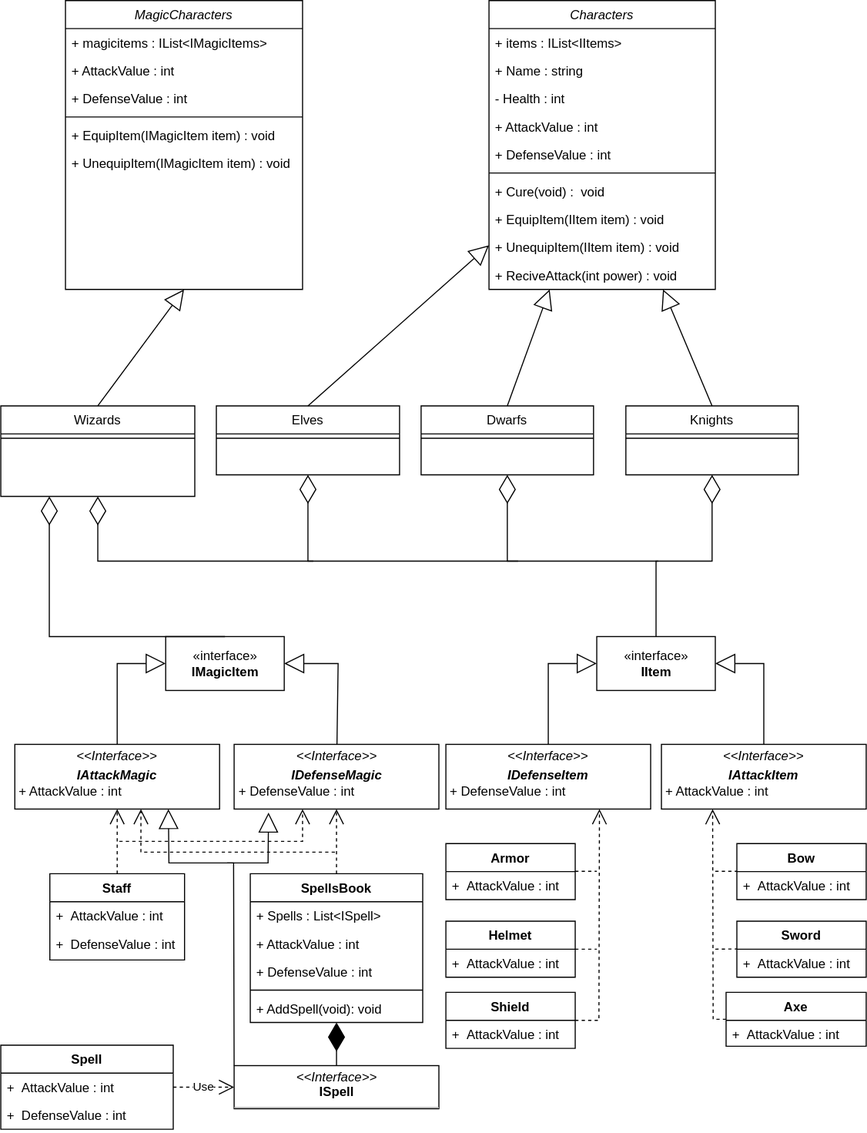
The draw.io diagram Docs/DiagramaRolePlay.svg in zzFire07/Juego_Infraworld-Console-TurnBased, before a commit. Source tidied: cells renumbered, new cells last; positions are measured from the earlier drawing's top-left corner, leaving out a move shared by most shapes.
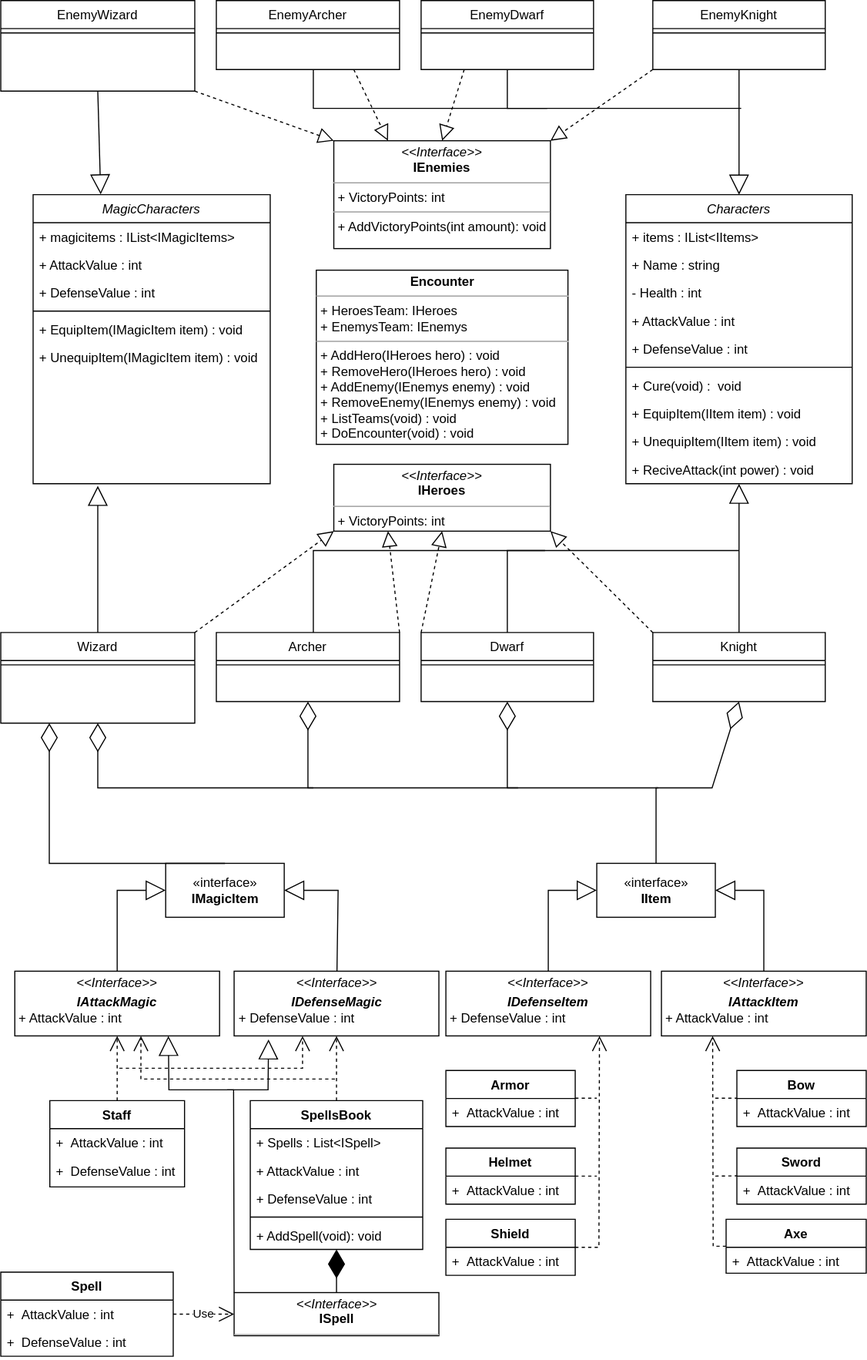
The same file after the commit.

What changed in the source:
```diff
@@ -3,7 +3,7 @@
     <mxCell id="0" />
     <mxCell id="1" parent="0" />
     <mxCell id="2" value="Characters" style="swimlane;fontStyle=2;align=center;verticalAlign=top;horizontal=1;startSize=26;rounded=0;shadow=0;strokeWidth=1;" parent="1" vertex="1">
-      <mxGeometry x="453" width="210" height="268" as="geometry" />
+      <mxGeometry x="580" y="-30" width="210" height="268" as="geometry" />
     </mxCell>
     <mxCell id="3" value="+ items : IList&lt;IItems&gt;" style="text;align=left;verticalAlign=top;spacingLeft=4;spacingRight=4;overflow=hidden;" parent="2" vertex="1">
       <mxGeometry y="26" width="210" height="26" as="geometry" />
@@ -35,19 +35,19 @@
     <mxCell id="12" value="+ ReciveAttack(int power) : void" style="text;align=left;verticalAlign=top;spacingLeft=4;spacingRight=4;overflow=hidden;points=[[0,0.5],[1,0.5]];portConstraint=eastwest;rounded=0;shadow=0;html=0;" parent="2" vertex="1">
       <mxGeometry y="242" width="210" height="26" as="geometry" />
     </mxCell>
-    <mxCell id="13" value="Wizards" style="swimlane;fontStyle=0;align=center;verticalAlign=top;horizontal=1;startSize=26;rounded=0;shadow=0;strokeWidth=1;" parent="1" vertex="1">
+    <mxCell id="13" value="Wizard" style="swimlane;fontStyle=0;align=center;verticalAlign=top;horizontal=1;startSize=26;rounded=0;shadow=0;strokeWidth=1;" parent="1" vertex="1">
       <mxGeometry y="376" width="180" height="84" as="geometry" />
     </mxCell>
     <mxCell id="14" style="line;html=1;strokeWidth=1;align=left;verticalAlign=middle;spacingTop=-1;spacingLeft=3;spacingRight=3;labelPosition=right;" parent="13" vertex="1">
       <mxGeometry y="26" width="180" height="8" as="geometry" />
     </mxCell>
-    <mxCell id="15" value="Elves" style="swimlane;fontStyle=0;align=center;verticalAlign=top;horizontal=1;startSize=26;rounded=0;shadow=0;strokeWidth=1;" parent="1" vertex="1">
+    <mxCell id="15" value="Archer" style="swimlane;fontStyle=0;align=center;verticalAlign=top;horizontal=1;startSize=26;rounded=0;shadow=0;strokeWidth=1;" parent="1" vertex="1">
       <mxGeometry x="200" y="376" width="170" height="64" as="geometry" />
     </mxCell>
     <mxCell id="16" style="line;html=1;strokeWidth=1;align=left;verticalAlign=middle;spacingTop=-1;spacingLeft=3;spacingRight=3;labelPosition=right;" parent="15" vertex="1">
       <mxGeometry y="26" width="170" height="8" as="geometry" />
     </mxCell>
-    <mxCell id="17" value="Dwarfs" style="swimlane;fontStyle=0;align=center;verticalAlign=top;horizontal=1;startSize=26;rounded=0;shadow=0;strokeWidth=1;" parent="1" vertex="1">
+    <mxCell id="17" value="Dwarf" style="swimlane;fontStyle=0;align=center;verticalAlign=top;horizontal=1;startSize=26;rounded=0;shadow=0;strokeWidth=1;" parent="1" vertex="1">
       <mxGeometry x="390" y="376" width="160" height="64" as="geometry" />
     </mxCell>
     <mxCell id="18" style="line;html=1;strokeWidth=1;align=left;verticalAlign=middle;spacingTop=-1;spacingLeft=3;spacingRight=3;labelPosition=right;" parent="17" vertex="1">
@@ -223,8 +223,8 @@
         <mxPoint x="683" y="807.8" as="targetPoint" />
       </mxGeometry>
     </mxCell>
-    <mxCell id="64" value="Knights" style="swimlane;fontStyle=0;align=center;verticalAlign=top;horizontal=1;startSize=26;rounded=0;shadow=0;strokeWidth=1;" parent="1" vertex="1">
-      <mxGeometry x="580" y="376" width="160" height="64" as="geometry" />
+    <mxCell id="64" value="Knight" style="swimlane;fontStyle=0;align=center;verticalAlign=top;horizontal=1;startSize=26;rounded=0;shadow=0;strokeWidth=1;" parent="1" vertex="1">
+      <mxGeometry x="605" y="376" width="160" height="64" as="geometry" />
     </mxCell>
     <mxCell id="65" style="line;html=1;strokeWidth=1;align=left;verticalAlign=middle;spacingTop=-1;spacingLeft=3;spacingRight=3;labelPosition=right;" parent="64" vertex="1">
       <mxGeometry y="26" width="160" height="8" as="geometry" />
@@ -302,7 +302,7 @@
       </mxGeometry>
     </mxCell>
     <mxCell id="75" value="MagicCharacters" style="swimlane;fontStyle=2;align=center;verticalAlign=top;horizontal=1;startSize=26;rounded=0;shadow=0;strokeWidth=1;" parent="1" vertex="1">
-      <mxGeometry x="60" width="220" height="268" as="geometry" />
+      <mxGeometry x="30" y="-30" width="220" height="268" as="geometry" />
     </mxCell>
     <mxCell id="76" value="+ magicitems : IList&lt;IMagicItems&gt;" style="text;align=left;verticalAlign=top;spacingLeft=4;spacingRight=4;overflow=hidden;" parent="75" vertex="1">
       <mxGeometry y="26" width="220" height="26" as="geometry" />
@@ -322,17 +322,110 @@
     <mxCell id="81" value="+ UnequipItem(IMagicItem item) : void" style="text;align=left;verticalAlign=top;spacingLeft=4;spacingRight=4;overflow=hidden;rounded=0;shadow=0;html=0;" parent="75" vertex="1">
       <mxGeometry y="138" width="220" height="26" as="geometry" />
     </mxCell>
-    <mxCell id="82" style="endArrow=block;endSize=16;endFill=0;html=1;rounded=0;exitX=0.5;exitY=0;exitDx=0;exitDy=0;entryX=0.5;entryY=1;entryDx=0;entryDy=0;" parent="1" edge="1" source="13" target="75">
-      <mxGeometry relative="1" as="geometry" />
+    <mxCell id="82" style="endArrow=block;endSize=16;endFill=0;html=1;rounded=0;exitX=0.5;exitY=0;exitDx=0;exitDy=0;" parent="1" edge="1" source="13">
+      <mxGeometry relative="1" as="geometry">
+        <mxPoint x="90" y="240" as="targetPoint" />
+      </mxGeometry>
     </mxCell>
-    <mxCell id="83" style="endArrow=block;endSize=16;endFill=0;html=1;rounded=0;exitX=0.5;exitY=0;exitDx=0;exitDy=0;" parent="1" edge="1" source="15" target="2">
-      <mxGeometry relative="1" as="geometry" />
-    </mxCell>
-    <mxCell id="84" style="endArrow=block;endSize=16;endFill=0;html=1;rounded=0;exitX=0.5;exitY=0;exitDx=0;exitDy=0;" parent="1" edge="1" source="17" target="2">
-      <mxGeometry relative="1" as="geometry" />
-    </mxCell>
-    <mxCell id="85" style="endArrow=block;endSize=16;endFill=0;html=1;rounded=0;exitX=0.5;exitY=0;exitDx=0;exitDy=0;" parent="1" edge="1" source="64" target="2">
+    <mxCell id="85" style="endArrow=block;endSize=16;endFill=0;html=1;rounded=0;exitX=0.5;exitY=0;exitDx=0;exitDy=0;" parent="1" edge="1" source="64" target="12">
       <mxGeometry relative="1" as="geometry" />
     </mxCell>
+    <mxCell id="86" value="EnemyWizard" style="swimlane;fontStyle=0;align=center;verticalAlign=top;horizontal=1;startSize=26;rounded=0;shadow=0;strokeWidth=1;" parent="1" vertex="1">
+      <mxGeometry y="-210" width="180" height="84" as="geometry" />
+    </mxCell>
+    <mxCell id="87" style="line;html=1;strokeWidth=1;align=left;verticalAlign=middle;spacingTop=-1;spacingLeft=3;spacingRight=3;labelPosition=right;" parent="86" vertex="1">
+      <mxGeometry y="26" width="180" height="8" as="geometry" />
+    </mxCell>
+    <mxCell id="88" value="EnemyArcher" style="swimlane;fontStyle=0;align=center;verticalAlign=top;horizontal=1;startSize=26;rounded=0;shadow=0;strokeWidth=1;" parent="1" vertex="1">
+      <mxGeometry x="200" y="-210" width="170" height="64" as="geometry" />
+    </mxCell>
+    <mxCell id="89" style="line;html=1;strokeWidth=1;align=left;verticalAlign=middle;spacingTop=-1;spacingLeft=3;spacingRight=3;labelPosition=right;" parent="88" vertex="1">
+      <mxGeometry y="26" width="170" height="8" as="geometry" />
+    </mxCell>
+    <mxCell id="90" value="EnemyDwarf" style="swimlane;fontStyle=0;align=center;verticalAlign=top;horizontal=1;startSize=26;rounded=0;shadow=0;strokeWidth=1;" parent="1" vertex="1">
+      <mxGeometry x="390" y="-210" width="160" height="64" as="geometry" />
+    </mxCell>
+    <mxCell id="91" style="line;html=1;strokeWidth=1;align=left;verticalAlign=middle;spacingTop=-1;spacingLeft=3;spacingRight=3;labelPosition=right;" parent="90" vertex="1">
+      <mxGeometry y="26" width="160" height="8" as="geometry" />
+    </mxCell>
+    <mxCell id="92" value="EnemyKnight" style="swimlane;fontStyle=0;align=center;verticalAlign=top;horizontal=1;startSize=26;rounded=0;shadow=0;strokeWidth=1;" parent="1" vertex="1">
+      <mxGeometry x="605" y="-210" width="160" height="64" as="geometry" />
+    </mxCell>
+    <mxCell id="93" style="line;html=1;strokeWidth=1;align=left;verticalAlign=middle;spacingTop=-1;spacingLeft=3;spacingRight=3;labelPosition=right;" parent="92" vertex="1">
+      <mxGeometry y="26" width="160" height="8" as="geometry" />
+    </mxCell>
+    <mxCell id="94" style="endArrow=block;endSize=16;endFill=0;html=1;rounded=0;exitX=0.5;exitY=1;exitDx=0;exitDy=0;entryX=0.285;entryY=-0.001;entryDx=0;entryDy=0;entryPerimeter=0;" parent="1" edge="1" source="86" target="75">
+      <mxGeometry relative="1" as="geometry" />
+    </mxCell>
+    <mxCell id="95" style="endArrow=none;html=1;rounded=0;exitX=0.5;exitY=0;exitDx=0;exitDy=0;" parent="1" edge="1" source="17">
+      <mxGeometry relative="1" as="geometry">
+        <mxPoint x="685" y="300" as="targetPoint" />
+        <Array as="points">
+          <mxPoint x="470" y="300" />
+        </Array>
+      </mxGeometry>
+    </mxCell>
+    <mxCell id="96" style="endArrow=none;html=1;rounded=0;exitX=0.5;exitY=0;exitDx=0;exitDy=0;" parent="1" edge="1">
+      <mxGeometry relative="1" as="geometry">
+        <mxPoint x="290" y="376" as="sourcePoint" />
+        <mxPoint x="505" y="300" as="targetPoint" />
+        <Array as="points">
+          <mxPoint x="290" y="300" />
+        </Array>
+      </mxGeometry>
+    </mxCell>
+    <mxCell id="97" style="endArrow=block;endSize=16;endFill=0;html=1;rounded=0;exitX=0.5;exitY=1;exitDx=0;exitDy=0;entryX=0.5;entryY=0;entryDx=0;entryDy=0;" parent="1" edge="1" source="92" target="2">
+      <mxGeometry relative="1" as="geometry" />
+    </mxCell>
+    <mxCell id="98" style="endArrow=none;html=1;rounded=0;exitX=0.5;exitY=1;exitDx=0;exitDy=0;" parent="1" edge="1" source="90">
+      <mxGeometry relative="1" as="geometry">
+        <mxPoint x="687" y="-110" as="targetPoint" />
+        <Array as="points">
+          <mxPoint x="470" y="-110" />
+        </Array>
+      </mxGeometry>
+    </mxCell>
+    <mxCell id="99" style="endArrow=none;html=1;rounded=0;exitX=0.5;exitY=1;exitDx=0;exitDy=0;" parent="1" edge="1">
+      <mxGeometry relative="1" as="geometry">
+        <mxPoint x="290" y="-146" as="sourcePoint" />
+        <mxPoint x="507" y="-110" as="targetPoint" />
+        <Array as="points">
+          <mxPoint x="290" y="-110" />
+        </Array>
+      </mxGeometry>
+    </mxCell>
+    <mxCell id="100" value="&lt;p style=&quot;margin:0px;margin-top:4px;text-align:center;&quot;&gt;&lt;i&gt;&amp;lt;&amp;lt;Interface&amp;gt;&amp;gt;&lt;/i&gt;&lt;br&gt;&lt;b&gt;IEnemies&lt;/b&gt;&lt;/p&gt;&lt;hr size=&quot;1&quot;&gt;&lt;p style=&quot;margin:0px;margin-left:4px;&quot;&gt;+ VictoryPoints: int&lt;br&gt;&lt;/p&gt;&lt;hr size=&quot;1&quot;&gt;&lt;p style=&quot;margin:0px;margin-left:4px;&quot;&gt;+ AddVictoryPoints(int amount): void&lt;br&gt;&lt;/p&gt;" style="verticalAlign=top;align=left;overflow=fill;fontSize=12;fontFamily=Helvetica;html=1;" parent="1" vertex="1">
+      <mxGeometry x="309" y="-80" width="201" height="100" as="geometry" />
+    </mxCell>
+    <mxCell id="101" value="&lt;p style=&quot;margin:0px;margin-top:4px;text-align:center;&quot;&gt;&lt;i&gt;&amp;lt;&amp;lt;Interface&amp;gt;&amp;gt;&lt;/i&gt;&lt;br&gt;&lt;b&gt;IHeroes&lt;/b&gt;&lt;/p&gt;&lt;hr size=&quot;1&quot;&gt;&lt;p style=&quot;margin:0px;margin-left:4px;&quot;&gt;+ VictoryPoints: int&lt;/p&gt;" style="verticalAlign=top;align=left;overflow=fill;fontSize=12;fontFamily=Helvetica;html=1;" parent="1" vertex="1">
+      <mxGeometry x="309" y="220" width="201" height="62" as="geometry" />
+    </mxCell>
+    <mxCell id="102" style="endArrow=block;dashed=1;endFill=0;endSize=12;html=1;rounded=0;exitX=1;exitY=0;exitDx=0;exitDy=0;entryX=0;entryY=1;entryDx=0;entryDy=0;" parent="1" edge="1" source="13" target="101">
+      <mxGeometry relative="1" as="geometry" />
+    </mxCell>
+    <mxCell id="103" style="endArrow=block;dashed=1;endFill=0;endSize=12;html=1;rounded=0;exitX=1;exitY=0;exitDx=0;exitDy=0;entryX=0.25;entryY=1;entryDx=0;entryDy=0;" parent="1" edge="1" source="15" target="101">
+      <mxGeometry relative="1" as="geometry" />
+    </mxCell>
+    <mxCell id="104" style="endArrow=block;dashed=1;endFill=0;endSize=12;html=1;rounded=0;exitX=0;exitY=0;exitDx=0;exitDy=0;entryX=0.5;entryY=1;entryDx=0;entryDy=0;" parent="1" edge="1" source="17" target="101">
+      <mxGeometry relative="1" as="geometry" />
+    </mxCell>
+    <mxCell id="105" style="endArrow=block;dashed=1;endFill=0;endSize=12;html=1;rounded=0;exitX=0;exitY=0;exitDx=0;exitDy=0;entryX=1;entryY=1;entryDx=0;entryDy=0;" parent="1" edge="1" source="64" target="101">
+      <mxGeometry relative="1" as="geometry" />
+    </mxCell>
+    <mxCell id="106" style="endArrow=block;dashed=1;endFill=0;endSize=12;html=1;rounded=0;exitX=1;exitY=1;exitDx=0;exitDy=0;entryX=0;entryY=0;entryDx=0;entryDy=0;" parent="1" edge="1" source="86" target="100">
+      <mxGeometry relative="1" as="geometry" />
+    </mxCell>
+    <mxCell id="107" style="endArrow=block;dashed=1;endFill=0;endSize=12;html=1;rounded=0;exitX=0.75;exitY=1;exitDx=0;exitDy=0;entryX=0.25;entryY=0;entryDx=0;entryDy=0;" parent="1" edge="1" source="88" target="100">
+      <mxGeometry relative="1" as="geometry" />
+    </mxCell>
+    <mxCell id="108" style="endArrow=block;dashed=1;endFill=0;endSize=12;html=1;rounded=0;exitX=0.25;exitY=1;exitDx=0;exitDy=0;entryX=0.5;entryY=0;entryDx=0;entryDy=0;" parent="1" edge="1" source="90" target="100">
+      <mxGeometry relative="1" as="geometry" />
+    </mxCell>
+    <mxCell id="109" style="endArrow=block;dashed=1;endFill=0;endSize=12;html=1;rounded=0;exitX=0;exitY=1;exitDx=0;exitDy=0;entryX=1;entryY=0;entryDx=0;entryDy=0;" parent="1" edge="1" source="92" target="100">
+      <mxGeometry relative="1" as="geometry" />
+    </mxCell>
+    <mxCell id="110" value="&lt;p style=&quot;margin:0px;margin-top:4px;text-align:center;&quot;&gt;&lt;b&gt;Encounter&lt;/b&gt;&lt;/p&gt;&lt;hr size=&quot;1&quot;&gt;&lt;p style=&quot;margin:0px;margin-left:4px;&quot;&gt;+ HeroesTeam: IHeroes&lt;/p&gt;&lt;p style=&quot;margin:0px;margin-left:4px;&quot;&gt;+ EnemysTeam: IEnemys&lt;/p&gt;&lt;hr size=&quot;1&quot;&gt;&lt;p style=&quot;margin:0px;margin-left:4px;&quot;&gt;+ AddHero(IHeroes hero) : void&lt;/p&gt;&lt;p style=&quot;margin:0px;margin-left:4px;&quot;&gt;+ RemoveHero(IHeroes hero) : void&lt;/p&gt;&lt;p style=&quot;margin:0px;margin-left:4px;&quot;&gt;+ AddEnemy(IEnemys enemy) : void&lt;/p&gt;&lt;p style=&quot;margin:0px;margin-left:4px;&quot;&gt;+ RemoveEnemy(IEnemys enemy) : void&lt;/p&gt;&lt;p style=&quot;margin:0px;margin-left:4px;&quot;&gt;+ ListTeams(void) : void&lt;/p&gt;&lt;p style=&quot;margin:0px;margin-left:4px;&quot;&gt;+ DoEncounter(void) : void&lt;/p&gt;&lt;p style=&quot;margin:0px;margin-left:4px;&quot;&gt;&lt;br&gt;&lt;/p&gt;" style="verticalAlign=top;align=left;overflow=fill;fontSize=12;fontFamily=Helvetica;html=1;" parent="1" vertex="1">
+      <mxGeometry x="292.8" y="40" width="233.5" height="161.5" as="geometry" />
+    </mxCell>
   </root>
 </mxGraphModel>
```
